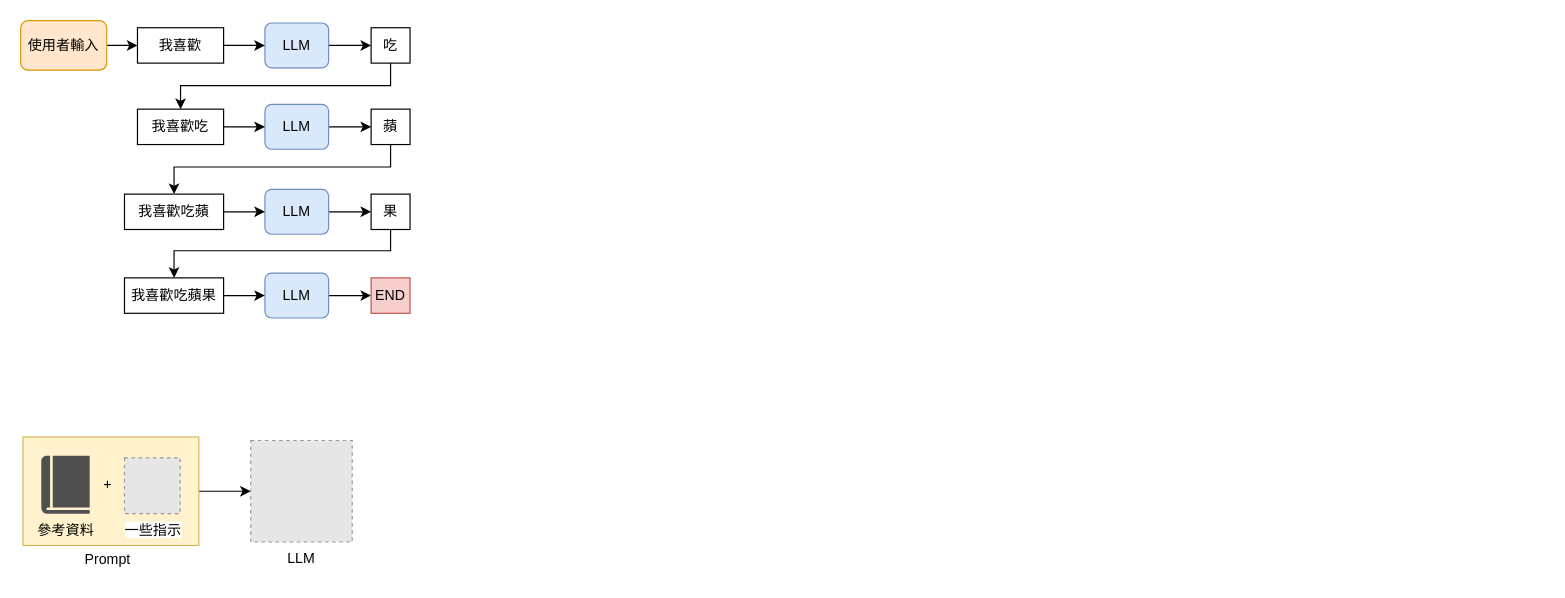
Above: it-ironman.drawio in yenslife/it-ironman-2024 (draw.io), before the change. Source tidied: cells renumbered, new cells numbered last; positions are measured from the earlier drawing's top-left corner, leaving out a move shared by most shapes. Both pictures are drawn from the tidied source at 118%, with x=0, y=0 at pixel (20, 20). Pictures stored in the file or linked from it are replaced by grey dashed boxes.
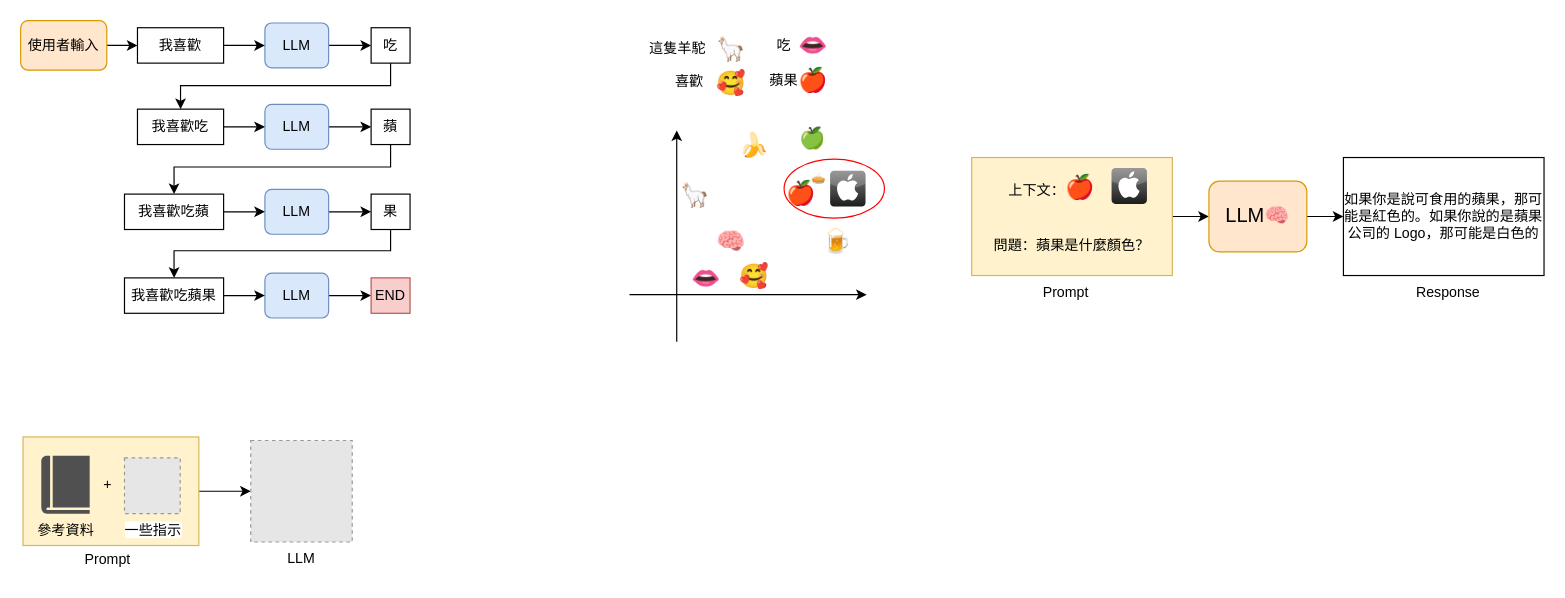
The same page after the edit.

Diff of the diagram source:
```diff
@@
+    <mxCell id="34" style="ellipse;whiteSpace=wrap;html=1;fillColor=none;strokeColor=#FF0000;" parent="1" vertex="1">
+      <mxGeometry x="647" y="117.4" width="85" height="50" as="geometry" />
+    </mxCell>
@@
+    <mxCell id="35" style="endArrow=classic;html=1;rounded=0;" parent="1" edge="1">
+      <mxGeometry relative="1" as="geometry">
+        <mxPoint x="556" y="272.2" as="sourcePoint" />
+        <mxPoint x="556" y="93" as="targetPoint" />
+      </mxGeometry>
+    </mxCell>
+    <mxCell id="36" style="endArrow=classic;html=1;rounded=0;" parent="1" edge="1">
+      <mxGeometry relative="1" as="geometry">
+        <mxPoint x="516" y="232.2" as="sourcePoint" />
+        <mxPoint x="717" y="232.2" as="targetPoint" />
+      </mxGeometry>
+    </mxCell>
+    <mxCell id="37" style="dashed=0;html=1;align=center;labelPosition=center;verticalLabelPosition=bottom;verticalAlign=top;shape=mxgraph.webicons.apple;fillColor=#807E7E;gradientColor=#1B1C1C;" parent="1" vertex="1">
+      <mxGeometry x="686" y="127.2" width="30" height="30.4" as="geometry" />
+    </mxCell>
+    <mxCell id="38" value="&lt;span style=&quot;font-family: &amp;quot;Apple Color Emoji&amp;quot;, &amp;quot;Segoe UI Emoji&amp;quot;, NotoColorEmoji, &amp;quot;Noto Color Emoji&amp;quot;, &amp;quot;Segoe UI Symbol&amp;quot;, &amp;quot;Android Emoji&amp;quot;, EmojiSymbols; line-height: 1em; text-wrap: nowrap;&quot; aria-label=&quot;🍎&quot; role=&quot;img&quot;&gt;&lt;font style=&quot;font-size: 20px;&quot;&gt;🍎&lt;/font&gt;&lt;/span&gt;" style="text;html=1;align=center;verticalAlign=middle;whiteSpace=wrap;rounded=0;" parent="1" vertex="1">
+      <mxGeometry x="647" y="133" width="30" height="30" as="geometry" />
+    </mxCell>
+    <mxCell id="39" value="&lt;span style=&quot;font-family: &amp;quot;Apple Color Emoji&amp;quot;, &amp;quot;Segoe UI Emoji&amp;quot;, NotoColorEmoji, &amp;quot;Noto Color Emoji&amp;quot;, &amp;quot;Segoe UI Symbol&amp;quot;, &amp;quot;Android Emoji&amp;quot;, EmojiSymbols; line-height: 1em; text-wrap: nowrap;&quot; aria-label=&quot;🍏&quot; role=&quot;img&quot;&gt;&lt;font style=&quot;font-size: 18px;&quot;&gt;🍏&lt;/font&gt;&lt;/span&gt;" style="text;html=1;align=center;verticalAlign=middle;whiteSpace=wrap;rounded=0;" parent="1" vertex="1">
+      <mxGeometry x="656" y="86" width="30" height="30" as="geometry" />
+    </mxCell>
+    <mxCell id="40" value="&lt;span style=&quot;font-family: &amp;quot;Apple Color Emoji&amp;quot;, &amp;quot;Segoe UI Emoji&amp;quot;, NotoColorEmoji, &amp;quot;Noto Color Emoji&amp;quot;, &amp;quot;Segoe UI Symbol&amp;quot;, &amp;quot;Android Emoji&amp;quot;, EmojiSymbols; line-height: 1em; text-wrap: nowrap;&quot; aria-label=&quot;🍎&quot; role=&quot;img&quot;&gt;&lt;font style=&quot;font-size: 20px;&quot;&gt;🍌&lt;/font&gt;&lt;/span&gt;" style="text;html=1;align=center;verticalAlign=middle;whiteSpace=wrap;rounded=0;" parent="1" vertex="1">
+      <mxGeometry x="607" y="93" width="30" height="30" as="geometry" />
+    </mxCell>
+    <mxCell id="41" value="&lt;span style=&quot;font-family: &amp;quot;Apple Color Emoji&amp;quot;, &amp;quot;Segoe UI Emoji&amp;quot;, NotoColorEmoji, &amp;quot;Noto Color Emoji&amp;quot;, &amp;quot;Segoe UI Symbol&amp;quot;, &amp;quot;Android Emoji&amp;quot;, EmojiSymbols; line-height: 1em; text-wrap: nowrap;&quot; aria-label=&quot;🍎&quot; role=&quot;img&quot;&gt;&lt;font style=&quot;font-size: 20px;&quot;&gt;&lt;span style=&quot;line-height: 1em; font-size: 1em;&quot; aria-label=&quot;🦙&quot; role=&quot;img&quot;&gt;🦙&lt;/span&gt;&lt;/font&gt;&lt;/span&gt;" style="text;html=1;align=center;verticalAlign=middle;whiteSpace=wrap;rounded=0;" parent="1" vertex="1">
+      <mxGeometry x="557" y="133" width="30" height="30" as="geometry" />
+    </mxCell>
+    <mxCell id="42" value="&lt;span style=&quot;font-family: &amp;quot;Apple Color Emoji&amp;quot;, &amp;quot;Segoe UI Emoji&amp;quot;, NotoColorEmoji, &amp;quot;Noto Color Emoji&amp;quot;, &amp;quot;Segoe UI Symbol&amp;quot;, &amp;quot;Android Emoji&amp;quot;, EmojiSymbols; line-height: 1em; text-wrap: nowrap;&quot; aria-label=&quot;🍎&quot; role=&quot;img&quot;&gt;&lt;font style=&quot;font-size: 20px;&quot;&gt;&lt;span style=&quot;line-height: 1em; font-size: 1em;&quot; aria-label=&quot;🦙&quot; role=&quot;img&quot;&gt;&lt;span style=&quot;line-height: 1em; font-size: 1em;&quot; aria-label=&quot;🍺&quot; role=&quot;img&quot;&gt;🍺&lt;/span&gt;&lt;/span&gt;&lt;/font&gt;&lt;/span&gt;" style="text;html=1;align=center;verticalAlign=middle;whiteSpace=wrap;rounded=0;" parent="1" vertex="1">
+      <mxGeometry x="677" y="172.2" width="30" height="30" as="geometry" />
+    </mxCell>
+    <mxCell id="43" value="&lt;span style=&quot;font-family: &amp;quot;Apple Color Emoji&amp;quot;, &amp;quot;Segoe UI Emoji&amp;quot;, NotoColorEmoji, &amp;quot;Noto Color Emoji&amp;quot;, &amp;quot;Segoe UI Symbol&amp;quot;, &amp;quot;Android Emoji&amp;quot;, EmojiSymbols; line-height: 1em; text-wrap: nowrap;&quot; aria-label=&quot;🍎&quot; role=&quot;img&quot;&gt;&lt;font style=&quot;font-size: 20px;&quot;&gt;&lt;span style=&quot;line-height: 1em; font-size: 1em;&quot; aria-label=&quot;🦙&quot; role=&quot;img&quot;&gt;&lt;span style=&quot;line-height: 1em; font-size: 1em;&quot; aria-label=&quot;🍺&quot; role=&quot;img&quot;&gt;&lt;span style=&quot;line-height: 1em; font-size: 1em;&quot; aria-label=&quot;🧠&quot; role=&quot;img&quot;&gt;🧠&lt;/span&gt;&lt;/span&gt;&lt;/span&gt;&lt;/font&gt;&lt;/span&gt;" style="text;html=1;align=center;verticalAlign=middle;whiteSpace=wrap;rounded=0;" parent="1" vertex="1">
+      <mxGeometry x="587" y="172.2" width="30" height="30" as="geometry" />
+    </mxCell>
+    <mxCell id="44" value="&lt;span style=&quot;font-family: &amp;quot;Apple Color Emoji&amp;quot;, &amp;quot;Segoe UI Emoji&amp;quot;, NotoColorEmoji, &amp;quot;Noto Color Emoji&amp;quot;, &amp;quot;Segoe UI Symbol&amp;quot;, &amp;quot;Android Emoji&amp;quot;, EmojiSymbols; line-height: 1em; text-wrap: nowrap;&quot; aria-label=&quot;🍎&quot; role=&quot;img&quot;&gt;&lt;font style=&quot;font-size: 20px;&quot;&gt;&lt;span style=&quot;line-height: 1em; font-size: 1em;&quot; aria-label=&quot;🦙&quot; role=&quot;img&quot;&gt;&lt;span style=&quot;line-height: 1em; font-size: 1em;&quot; aria-label=&quot;🍺&quot; role=&quot;img&quot;&gt;🥰&lt;/span&gt;&lt;/span&gt;&lt;/font&gt;&lt;/span&gt;" style="text;html=1;align=center;verticalAlign=middle;whiteSpace=wrap;rounded=0;" parent="1" vertex="1">
+      <mxGeometry x="607" y="202.2" width="30" height="30" as="geometry" />
+    </mxCell>
+    <mxCell id="45" value="&lt;span style=&quot;font-family: &amp;quot;Apple Color Emoji&amp;quot;, &amp;quot;Segoe UI Emoji&amp;quot;, NotoColorEmoji, &amp;quot;Noto Color Emoji&amp;quot;, &amp;quot;Segoe UI Symbol&amp;quot;, &amp;quot;Android Emoji&amp;quot;, EmojiSymbols; line-height: 1em; text-wrap: nowrap;&quot; aria-label=&quot;🍎&quot; role=&quot;img&quot;&gt;&lt;font style=&quot;font-size: 20px;&quot;&gt;&lt;span style=&quot;line-height: 1em; font-size: 1em;&quot; aria-label=&quot;🦙&quot; role=&quot;img&quot;&gt;🦙&lt;/span&gt;&lt;/font&gt;&lt;/span&gt;" style="text;html=1;align=center;verticalAlign=middle;whiteSpace=wrap;rounded=0;" parent="1" vertex="1">
+      <mxGeometry x="587" y="9" width="30" height="30" as="geometry" />
+    </mxCell>
+    <mxCell id="46" value="&lt;span style=&quot;font-family: &amp;quot;Apple Color Emoji&amp;quot;, &amp;quot;Segoe UI Emoji&amp;quot;, NotoColorEmoji, &amp;quot;Noto Color Emoji&amp;quot;, &amp;quot;Segoe UI Symbol&amp;quot;, &amp;quot;Android Emoji&amp;quot;, EmojiSymbols; line-height: 1em; text-wrap: nowrap;&quot; aria-label=&quot;🍎&quot; role=&quot;img&quot;&gt;&lt;font style=&quot;font-size: 20px;&quot;&gt;&lt;span style=&quot;line-height: 1em; font-size: 1em;&quot; aria-label=&quot;🦙&quot; role=&quot;img&quot;&gt;&lt;span style=&quot;line-height: 1em; font-size: 1em;&quot; aria-label=&quot;🍺&quot; role=&quot;img&quot;&gt;🥰&lt;/span&gt;&lt;/span&gt;&lt;/font&gt;&lt;/span&gt;" style="text;html=1;align=center;verticalAlign=middle;whiteSpace=wrap;rounded=0;" parent="1" vertex="1">
+      <mxGeometry x="587" y="38" width="30" height="30" as="geometry" />
+    </mxCell>
+    <mxCell id="47" value="&lt;span style=&quot;font-family: &amp;quot;Apple Color Emoji&amp;quot;, &amp;quot;Segoe UI Emoji&amp;quot;, NotoColorEmoji, &amp;quot;Noto Color Emoji&amp;quot;, &amp;quot;Segoe UI Symbol&amp;quot;, &amp;quot;Android Emoji&amp;quot;, EmojiSymbols; line-height: 1em; text-wrap: nowrap;&quot; aria-label=&quot;🍎&quot; role=&quot;img&quot;&gt;&lt;font style=&quot;font-size: 20px;&quot;&gt;🍎&lt;/font&gt;&lt;/span&gt;" style="text;html=1;align=center;verticalAlign=middle;whiteSpace=wrap;rounded=0;" parent="1" vertex="1">
+      <mxGeometry x="657" y="38" width="30" height="30" as="geometry" />
+    </mxCell>
+    <mxCell id="48" value="&lt;span style=&quot;font-family: &amp;quot;Apple Color Emoji&amp;quot;, &amp;quot;Segoe UI Emoji&amp;quot;, NotoColorEmoji, &amp;quot;Noto Color Emoji&amp;quot;, &amp;quot;Segoe UI Symbol&amp;quot;, &amp;quot;Android Emoji&amp;quot;, EmojiSymbols; line-height: 1em; text-wrap: nowrap;&quot; aria-label=&quot;🍎&quot; role=&quot;img&quot;&gt;&lt;font style=&quot;font-size: 20px;&quot;&gt;👄&lt;/font&gt;&lt;/span&gt;" style="text;html=1;align=center;verticalAlign=middle;whiteSpace=wrap;rounded=0;" parent="1" vertex="1">
+      <mxGeometry x="657" y="8" width="30" height="30" as="geometry" />
+    </mxCell>
+    <mxCell id="49" value="這隻羊駝" style="text;html=1;align=center;verticalAlign=middle;whiteSpace=wrap;rounded=0;" parent="1" vertex="1">
+      <mxGeometry x="527" y="9" width="60" height="30" as="geometry" />
+    </mxCell>
+    <mxCell id="50" value="蘋果" style="text;html=1;align=center;verticalAlign=middle;whiteSpace=wrap;rounded=0;" parent="1" vertex="1">
+      <mxGeometry x="617" y="36" width="60" height="30" as="geometry" />
+    </mxCell>
+    <mxCell id="51" value="喜歡" style="text;html=1;align=center;verticalAlign=middle;whiteSpace=wrap;rounded=0;" parent="1" vertex="1">
+      <mxGeometry x="537" y="36.5" width="60" height="30" as="geometry" />
+    </mxCell>
+    <mxCell id="52" value="吃" style="text;html=1;align=center;verticalAlign=middle;whiteSpace=wrap;rounded=0;" parent="1" vertex="1">
+      <mxGeometry x="617" y="6" width="60" height="30" as="geometry" />
+    </mxCell>
+    <mxCell id="53" value="&lt;span style=&quot;font-family: &amp;quot;Apple Color Emoji&amp;quot;, &amp;quot;Segoe UI Emoji&amp;quot;, NotoColorEmoji, &amp;quot;Noto Color Emoji&amp;quot;, &amp;quot;Segoe UI Symbol&amp;quot;, &amp;quot;Android Emoji&amp;quot;, EmojiSymbols; line-height: 1em; text-wrap: nowrap;&quot; aria-label=&quot;🍎&quot; role=&quot;img&quot;&gt;&lt;font style=&quot;font-size: 20px;&quot;&gt;👄&lt;/font&gt;&lt;/span&gt;" style="text;html=1;align=center;verticalAlign=middle;whiteSpace=wrap;rounded=0;" parent="1" vertex="1">
+      <mxGeometry x="566" y="204.5" width="30" height="30" as="geometry" />
+    </mxCell>
+    <mxCell id="54" value="&lt;span style=&quot;font-family: &amp;quot;Apple Color Emoji&amp;quot;, &amp;quot;Segoe UI Emoji&amp;quot;, NotoColorEmoji, &amp;quot;Noto Color Emoji&amp;quot;, &amp;quot;Segoe UI Symbol&amp;quot;, &amp;quot;Android Emoji&amp;quot;, EmojiSymbols; line-height: 1em; text-wrap: nowrap;&quot; aria-label=&quot;🍎&quot; role=&quot;img&quot;&gt;&lt;font size=&quot;1&quot; style=&quot;&quot;&gt;&lt;span style=&quot;line-height: 1em;&quot; aria-label=&quot;🥧&quot; role=&quot;img&quot;&gt;🥧&lt;/span&gt;&lt;/font&gt;&lt;/span&gt;" style="text;html=1;align=center;verticalAlign=middle;whiteSpace=wrap;rounded=0;" parent="1" vertex="1">
+      <mxGeometry x="666" y="123" width="20" height="19" as="geometry" />
+    </mxCell>
+    <mxCell id="55" style="edgeStyle=orthogonalEdgeStyle;rounded=0;jettySize=auto;html=1;entryX=0;entryY=0.5;entryDx=0;entryDy=0;" parent="1" edge="1" source="56" target="62">
+      <mxGeometry relative="1" as="geometry" />
+    </mxCell>
+    <mxCell id="56" style="rounded=0;whiteSpace=wrap;html=1;fillColor=#fff2cc;strokeColor=#d6b656;" parent="1" vertex="1">
+      <mxGeometry x="806" y="116" width="170" height="100" as="geometry" />
+    </mxCell>
+    <mxCell id="57" value="上下文：&lt;span style=&quot;font-family: &amp;quot;Apple Color Emoji&amp;quot;, &amp;quot;Segoe UI Emoji&amp;quot;, NotoColorEmoji, &amp;quot;Noto Color Emoji&amp;quot;, &amp;quot;Segoe UI Symbol&amp;quot;, &amp;quot;Android Emoji&amp;quot;, EmojiSymbols; font-size: 20px; text-wrap: nowrap;&quot;&gt;🍎&lt;/span&gt;" style="text;html=1;align=center;verticalAlign=middle;whiteSpace=wrap;rounded=0;" parent="1" vertex="1">
+      <mxGeometry x="806" y="125.2" width="135.5" height="30" as="geometry" />
+    </mxCell>
+    <mxCell id="58" value="問題：蘋果是什麼顏色？" style="text;html=1;align=center;verticalAlign=middle;whiteSpace=wrap;rounded=0;" parent="1" vertex="1">
+      <mxGeometry x="823.2" y="176" width="135.5" height="30" as="geometry" />
+    </mxCell>
+    <mxCell id="59" style="dashed=0;html=1;align=center;labelPosition=center;verticalLabelPosition=bottom;verticalAlign=top;shape=mxgraph.webicons.apple;fillColor=#807E7E;gradientColor=#1B1C1C;" parent="1" vertex="1">
+      <mxGeometry x="924.5" y="124.9" width="30" height="30.4" as="geometry" />
+    </mxCell>
+    <mxCell id="60" value="Prompt" style="text;html=1;align=center;verticalAlign=middle;whiteSpace=wrap;rounded=0;" parent="1" vertex="1">
+      <mxGeometry x="856" y="216" width="60" height="30" as="geometry" />
+    </mxCell>
+    <mxCell id="61" style="edgeStyle=orthogonalEdgeStyle;rounded=0;jettySize=auto;html=1;entryX=0;entryY=0.5;entryDx=0;entryDy=0;" parent="1" edge="1" source="62" target="63">
+      <mxGeometry relative="1" as="geometry" />
+    </mxCell>
+    <mxCell id="62" value="&lt;font style=&quot;font-size: 17px;&quot;&gt;LLM🧠&lt;/font&gt;" style="rounded=1;whiteSpace=wrap;html=1;fillColor=#ffe6cc;strokeColor=#d79b00;" parent="1" vertex="1">
+      <mxGeometry x="1007" y="136" width="83" height="60" as="geometry" />
+    </mxCell>
+    <mxCell id="63" value="如果你是說可食用的蘋果，那可能是紅色的。如果你說的是蘋果公司的 Logo，那可能是白色的" style="rounded=0;whiteSpace=wrap;html=1;align=center;" parent="1" vertex="1">
+      <mxGeometry x="1121" y="116" width="170" height="100" as="geometry" />
+    </mxCell>
+    <mxCell id="64" value="Response" style="text;html=1;align=center;verticalAlign=middle;whiteSpace=wrap;rounded=0;" parent="1" vertex="1">
+      <mxGeometry x="1180" y="216" width="60" height="30" as="geometry" />
+    </mxCell>
```
